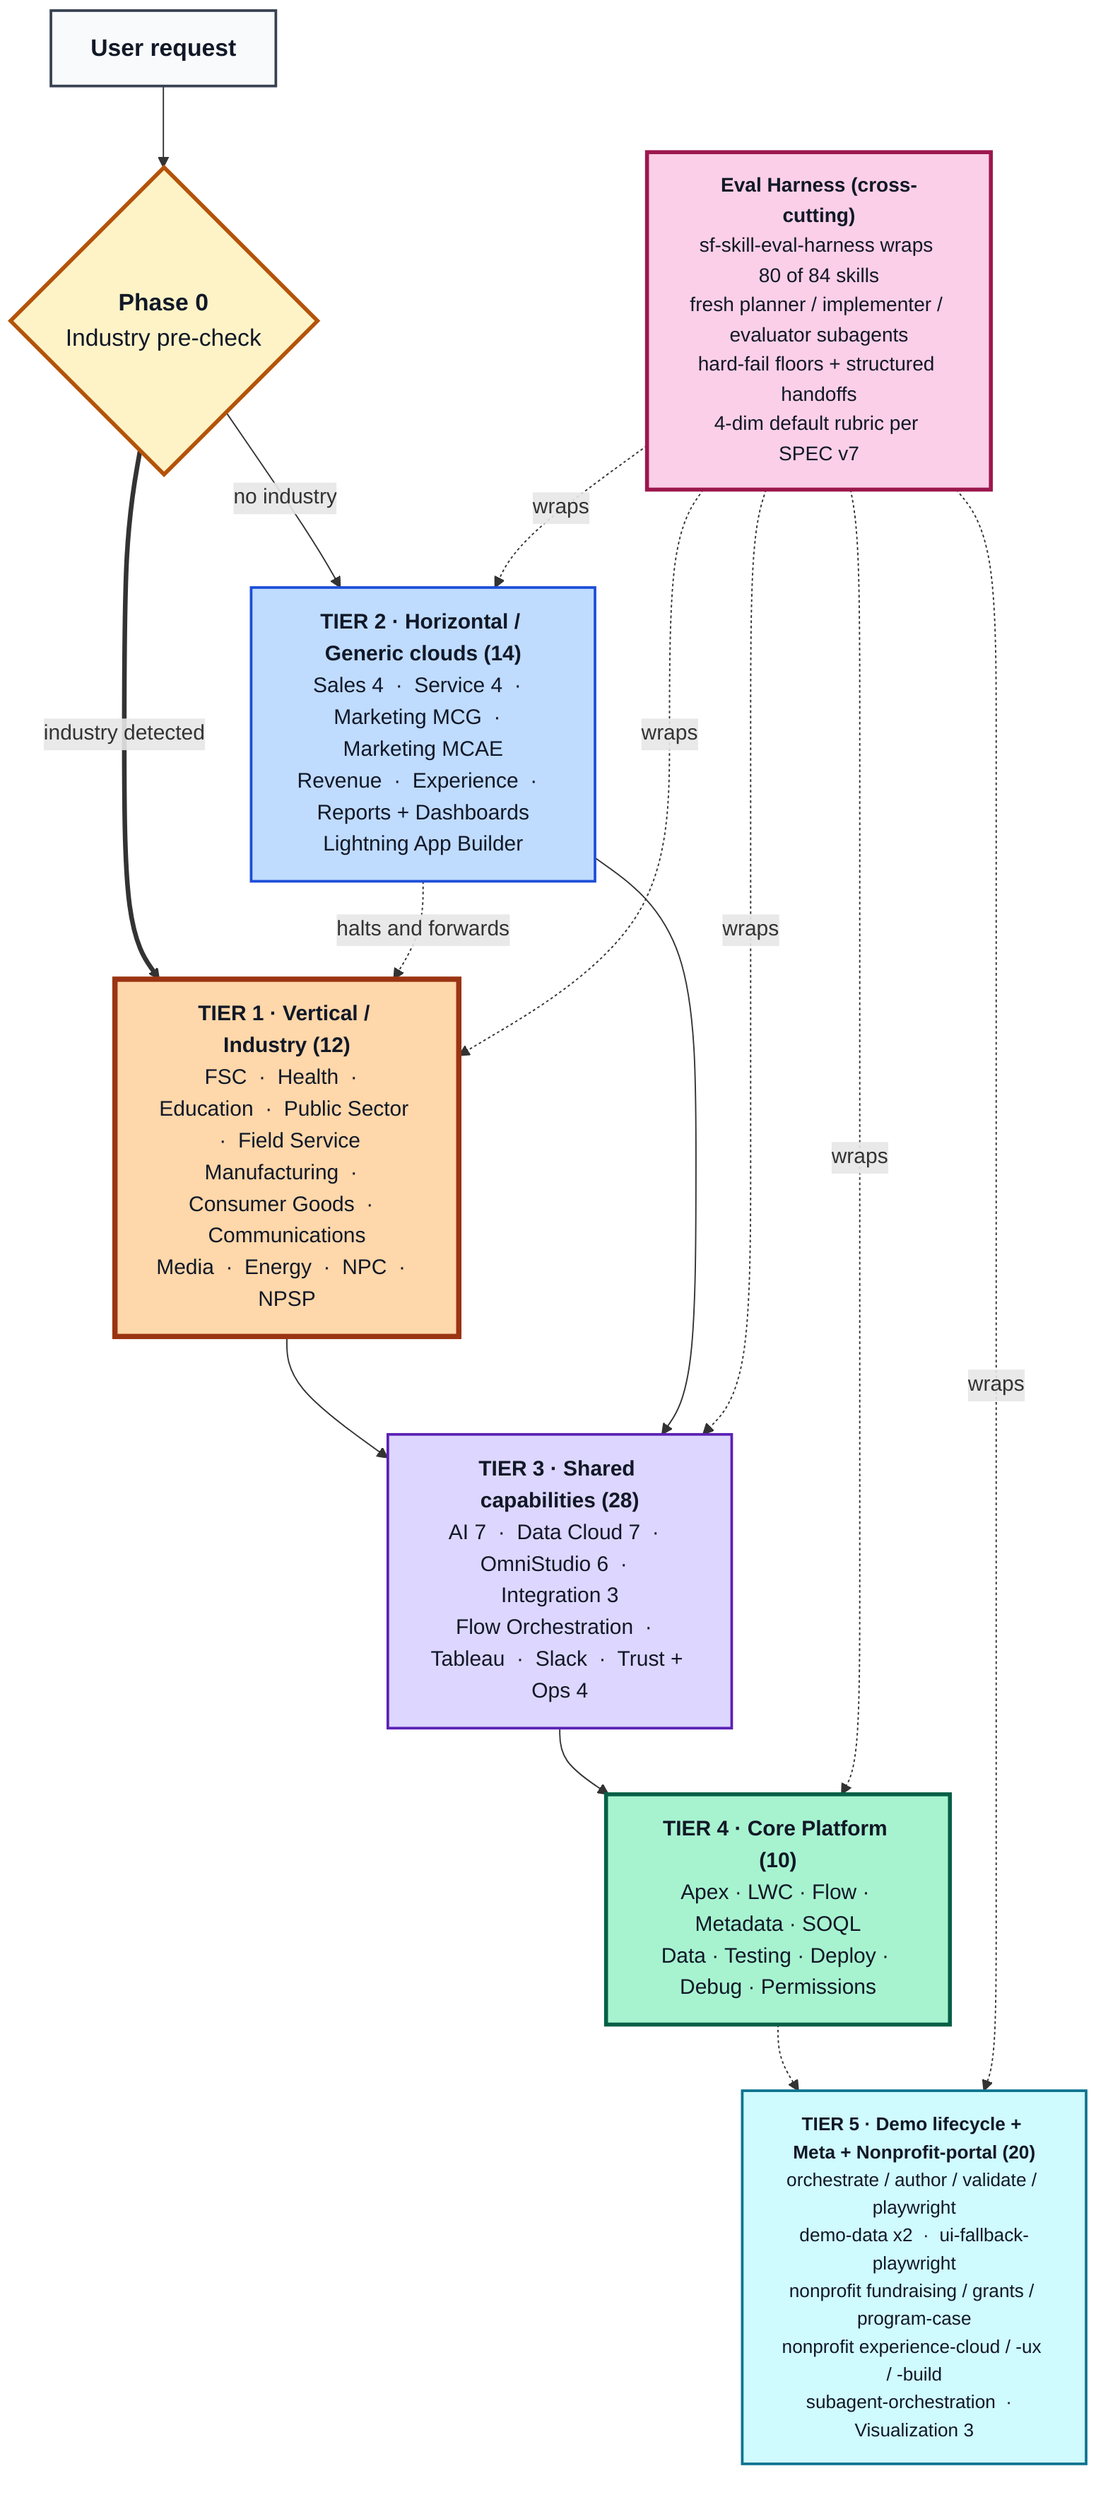
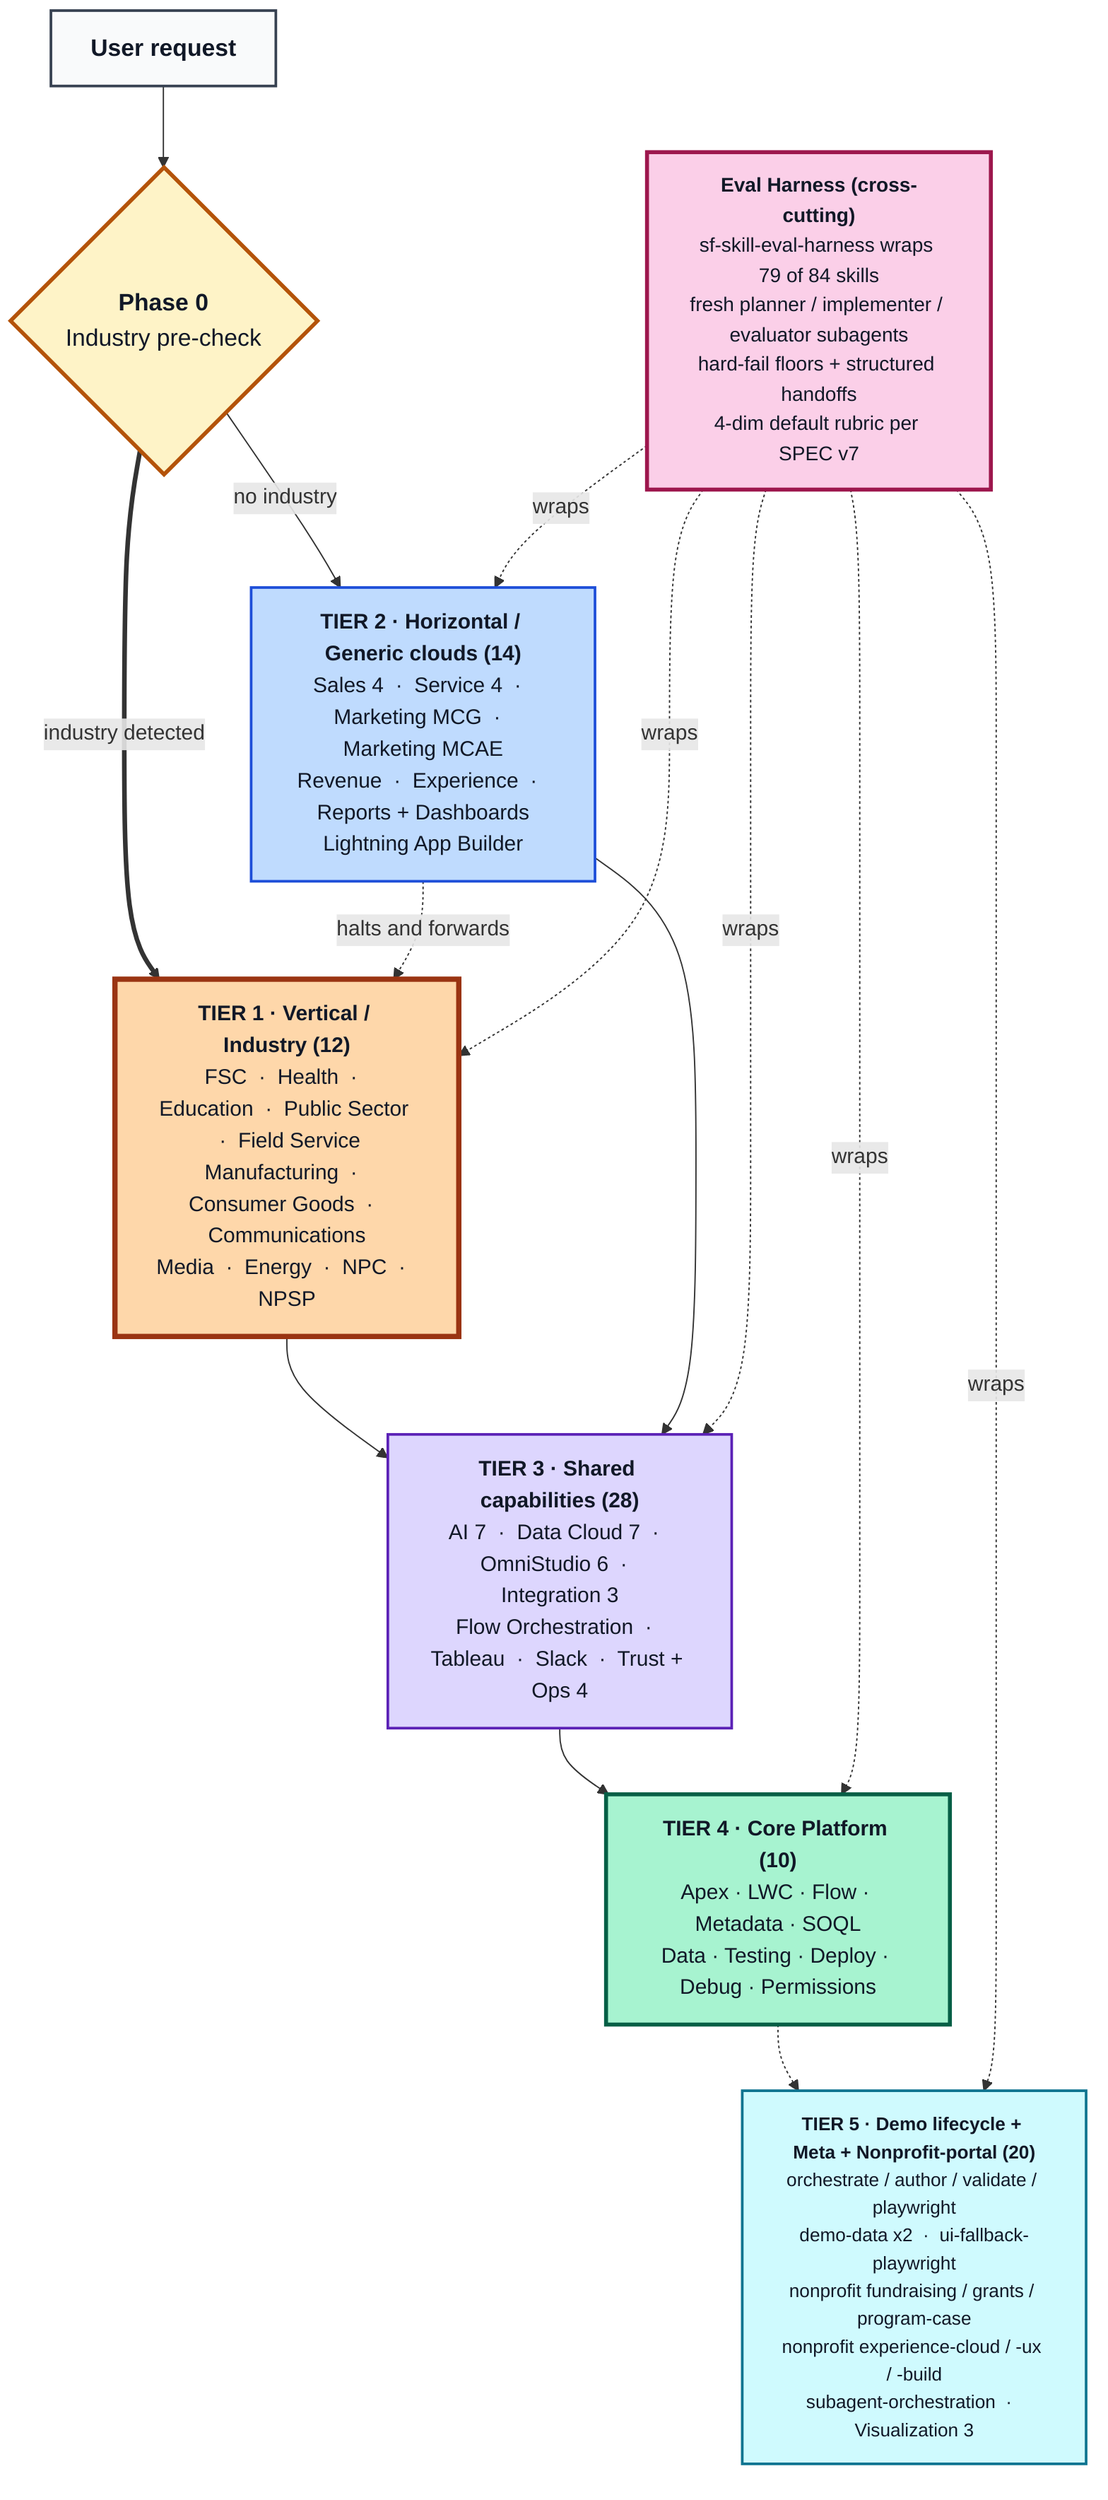
flowchart TB

    REQ["<b>User request</b>"]

    ROUTE{"<b>Phase 0</b><br/>Industry pre-check"}

    IND["<b>TIER 1 &middot; Vertical / Industry (12)</b><br/>FSC &nbsp;&middot;&nbsp; Health &nbsp;&middot;&nbsp; Education &nbsp;&middot;&nbsp; Public Sector &nbsp;&middot;&nbsp; Field Service<br/>Manufacturing &nbsp;&middot;&nbsp; Consumer Goods &nbsp;&middot;&nbsp; Communications<br/>Media &nbsp;&middot;&nbsp; Energy &nbsp;&middot;&nbsp; NPC &nbsp;&middot;&nbsp; NPSP"]

    GEN["<b>TIER 2 &middot; Horizontal / Generic clouds (14)</b><br/>Sales 4 &nbsp;&middot;&nbsp; Service 4 &nbsp;&middot;&nbsp; Marketing MCG &nbsp;&middot;&nbsp; Marketing MCAE<br/>Revenue &nbsp;&middot;&nbsp; Experience &nbsp;&middot;&nbsp; Reports + Dashboards<br/>Lightning App Builder"]

    SHARED["<b>TIER 3 &middot; Shared capabilities (28)</b><br/>AI 7 &nbsp;&middot;&nbsp; Data Cloud 7 &nbsp;&middot;&nbsp; OmniStudio 6 &nbsp;&middot;&nbsp; Integration 3<br/>Flow Orchestration &nbsp;&middot;&nbsp; Tableau &nbsp;&middot;&nbsp; Slack &nbsp;&middot;&nbsp; Trust + Ops 4"]

    CORE["<b>TIER 4 &middot; Core Platform (10)</b><br/>Apex &middot; LWC &middot; Flow &middot; Metadata &middot; SOQL<br/>Data &middot; Testing &middot; Deploy &middot; Debug &middot; Permissions"]

    DEMO["<b>TIER 5 &middot; Demo lifecycle + Meta + Nonprofit-portal (20)</b><br/>orchestrate / author / validate / playwright<br/>demo-data x2 &nbsp;&middot;&nbsp; ui-fallback-playwright<br/>nonprofit fundraising / grants / program-case<br/>nonprofit experience-cloud / -ux / -build<br/>subagent-orchestration &nbsp;&middot;&nbsp; Visualization 3"]

-     HARNESS["<b>Eval Harness (cross-cutting)</b><br/>sf-skill-eval-harness wraps 80 of 84 skills<br/>fresh planner / implementer / evaluator subagents<br/>hard-fail floors + structured handoffs<br/>4-dim default rubric per SPEC v7"]
+     HARNESS["<b>Eval Harness (cross-cutting)</b><br/>sf-skill-eval-harness wraps 79 of 84 skills<br/>fresh planner / implementer / evaluator subagents<br/>hard-fail floors + structured handoffs<br/>4-dim default rubric per SPEC v7"]

    REQ --> ROUTE
    ROUTE ==>|industry detected| IND
    ROUTE -->|no industry| GEN
    GEN -. halts and forwards .-> IND
    IND --> SHARED
    GEN --> SHARED
    SHARED --> CORE
    CORE -.-> DEMO
    HARNESS -.wraps.-> IND
    HARNESS -.wraps.-> GEN
    HARNESS -.wraps.-> SHARED
    HARNESS -.wraps.-> CORE
    HARNESS -.wraps.-> DEMO

    classDef request fill:#F9FAFB,stroke:#374151,stroke-width:2px,color:#111827,font-size:18px
    classDef route fill:#FEF3C7,stroke:#B45309,stroke-width:3px,color:#111827,font-size:18px
    classDef industry fill:#FED7AA,stroke:#9A3412,stroke-width:4px,color:#111827,font-size:16px
    classDef generic fill:#BFDBFE,stroke:#1D4ED8,stroke-width:2px,color:#111827,font-size:16px
    classDef shared fill:#DDD6FE,stroke:#5B21B6,stroke-width:2px,color:#111827,font-size:16px
    classDef core fill:#A7F3D0,stroke:#065F46,stroke-width:3px,color:#111827,font-size:16px
    classDef delivery fill:#CFFAFE,stroke:#0E7490,stroke-width:2px,color:#111827,font-size:14px
    classDef harness fill:#FBCFE8,stroke:#9D174D,stroke-width:3px,color:#111827,font-size:15px

    class REQ request
    class ROUTE route
    class IND industry
    class GEN generic
    class SHARED shared
    class CORE core
    class DEMO delivery
    class HARNESS harness
